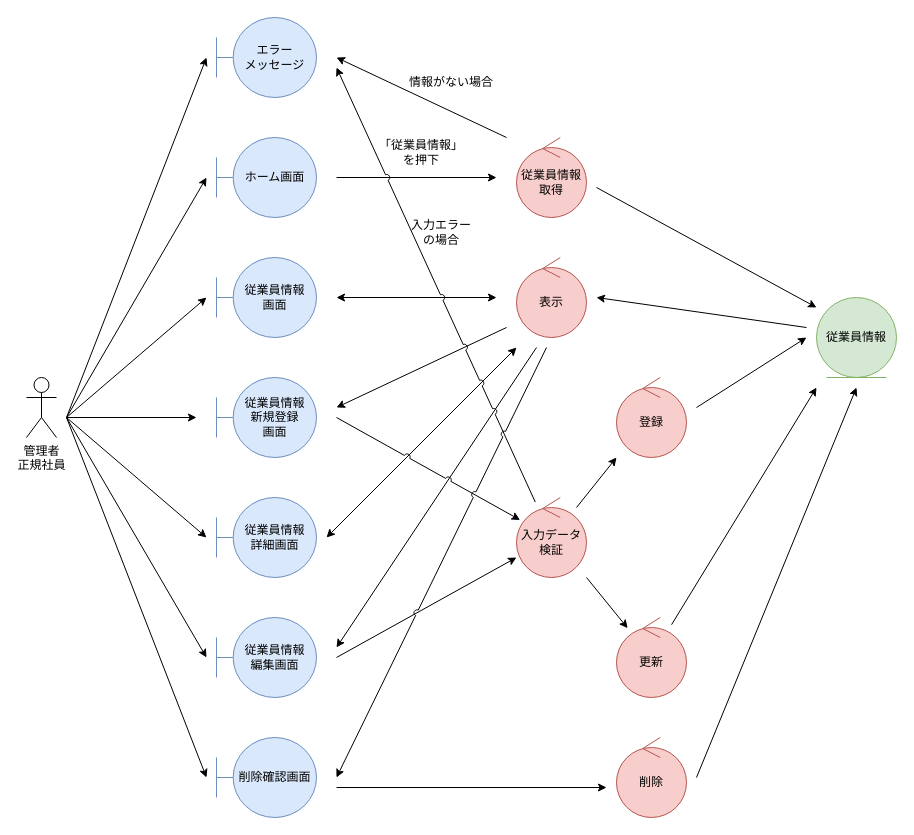
Above: page "従業員情報管理" (1 of 7) of 各種設計書/3ロバストネス図/人事管理/従業員情報管理.drawio in HaruShim/Sotuken (draw.io), before the change. Source tidied: cells renumbered, new cells numbered last; positions are measured from the earlier drawing's top-left corner, leaving out a move shared by most shapes. Both pictures are drawn from the tidied source at 100%, with x=0, y=0 at pixel (26, 17).
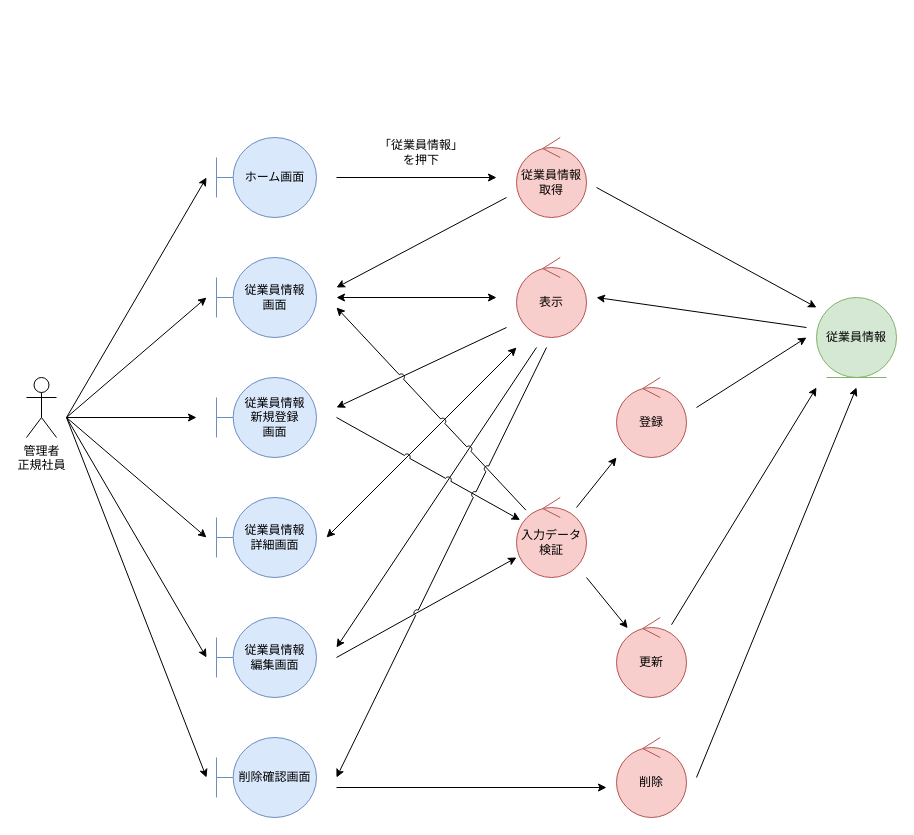
Above is the later version.

The change refers to these unchanged cells:
```xml
<mxCell id="26" value="入力データ検証" style="ellipse;shape=umlControl;whiteSpace=wrap;html=1;fillColor=#f8cecc;strokeColor=#b85450;" parent="1" vertex="1">
  <mxGeometry x="490" y="480" width="70" height="80" as="geometry" />
</mxCell>
```

Change to the diagram source:
```diff
@@
-    <mxCell id="22" value="エラー&lt;br&gt;メッセージ" style="shape=umlBoundary;whiteSpace=wrap;html=1;fillColor=#dae8fc;strokeColor=#6c8ebf;" parent="1" vertex="1">
-      <mxGeometry x="190" width="100" height="80" as="geometry" />
-    </mxCell>
     <mxCell id="23" style="endArrow=classic;html=1;rounded=0;" parent="1" edge="1">
       <mxGeometry relative="1" as="geometry">
-        <mxPoint x="480" y="120" as="sourcePoint" />
-        <mxPoint x="310" y="40" as="targetPoint" />
+        <mxPoint x="480" y="180" as="sourcePoint" />
+        <mxPoint x="310" y="270" as="targetPoint" />
       </mxGeometry>
     </mxCell>
-    <mxCell id="24" style="endArrow=classic;html=1;rounded=0;" parent="1" edge="1">
-      <mxGeometry relative="1" as="geometry">
-        <mxPoint x="40" y="400" as="sourcePoint" />
-        <mxPoint x="180" y="40" as="targetPoint" />
-      </mxGeometry>
-    </mxCell>
-    <mxCell id="25" value="情報がない場合" style="text;html=1;strokeColor=none;fillColor=none;align=center;verticalAlign=middle;whiteSpace=wrap;rounded=0;" parent="1" vertex="1">
-      <mxGeometry x="380" y="50" width="90" height="30" as="geometry" />
-    </mxCell>
@@
     <mxCell id="37" style="endArrow=classic;html=1;rounded=0;jumpStyle=arc;" parent="1" edge="1" source="26">
       <mxGeometry relative="1" as="geometry">
-        <mxPoint x="310" y="50" as="targetPoint" />
+        <mxPoint x="310" y="290" as="targetPoint" />
       </mxGeometry>
     </mxCell>
-    <mxCell id="38" value="入力エラー&lt;br&gt;の場合" style="text;html=1;strokeColor=none;fillColor=none;align=center;verticalAlign=middle;whiteSpace=wrap;rounded=0;" parent="1" vertex="1">
-      <mxGeometry x="370" y="200" width="90" height="30" as="geometry" />
-    </mxCell>
```
